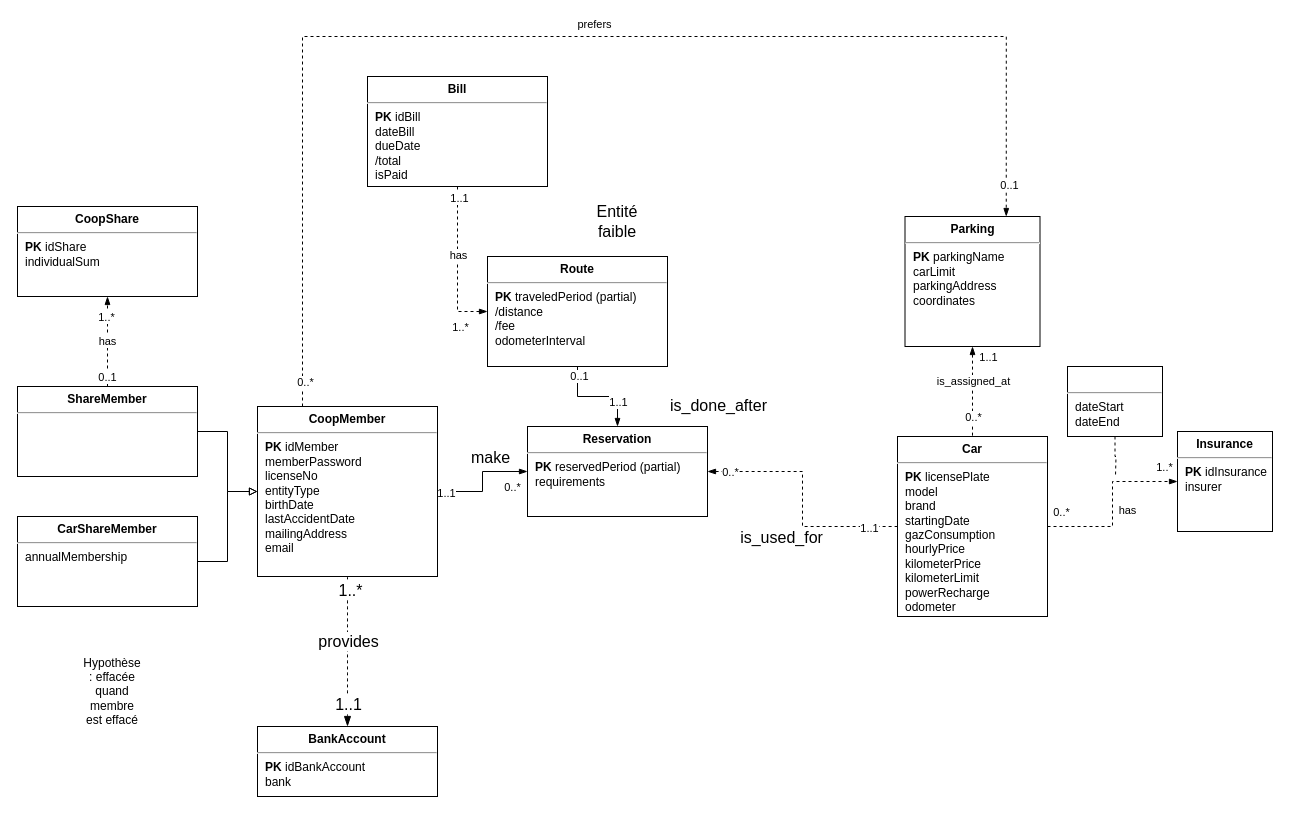
Above: page "Juliette" (2 of 2) of TP4.drawio in lyg2/Reservation-SQL (draw.io), before the change. Source tidied: cells renumbered, new cells numbered last; positions are measured from the earlier drawing's top-left corner, leaving out a move shared by most shapes. Both pictures are drawn from the tidied source at 100%, with x=0, y=0 at pixel (17, 36).
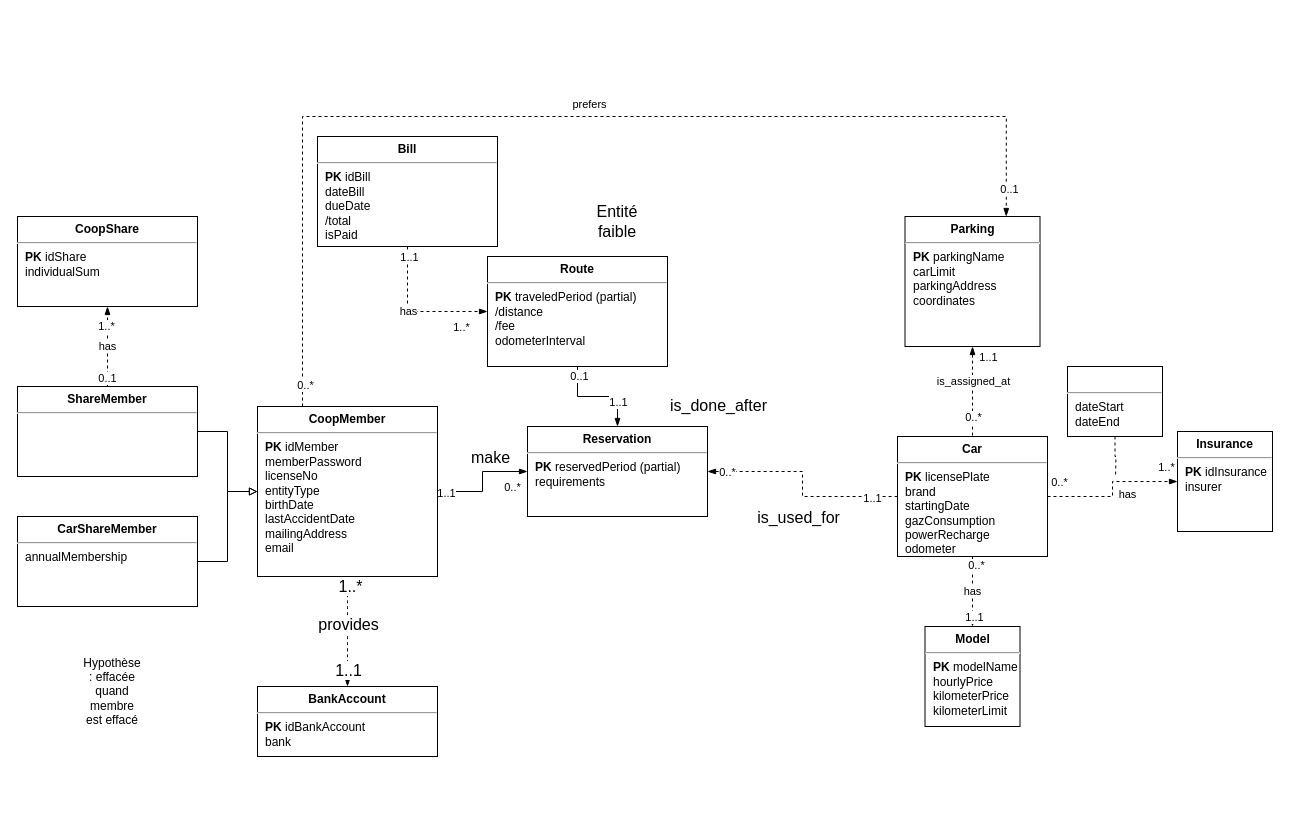
The same diagram, later.

Unchanged cells that the change refers to:
```xml
<mxCell id="11" value="&lt;p style=&quot;margin:0px;margin-top:6px;text-align:center;&quot;&gt;&lt;b&gt;Parking&lt;/b&gt;&lt;/p&gt;&lt;hr&gt;&lt;p style=&quot;margin:0px;margin-left:8px;&quot;&gt;&lt;b&gt;PK&lt;/b&gt;&amp;nbsp;parkingName&lt;/p&gt;&lt;p style=&quot;margin:0px;margin-left:8px;&quot;&gt;carLimit&lt;/p&gt;&lt;p style=&quot;margin:0px;margin-left:8px;&quot;&gt;parkingAddress&lt;/p&gt;&lt;p style=&quot;margin:0px;margin-left:8px;&quot;&gt;coordinates&lt;/p&gt;" style="align=left;overflow=fill;html=1;" parent="1" vertex="1">
  <mxGeometry x="887.5" y="180" width="135" height="130" as="geometry" />
</mxCell>
<mxCell id="17" style="edgeStyle=orthogonalEdgeStyle;rounded=0;jettySize=auto;html=1;exitX=1;exitY=0.5;exitDx=0;exitDy=0;entryX=0;entryY=0.5;entryDx=0;entryDy=0;endArrow=none;endFill=0;dashed=1;startArrow=blockThin;startFill=1;" parent="1" edge="1" source="51" target="5">
  <mxGeometry relative="1" as="geometry" />
</mxCell>
<mxCell id="44" value="&lt;p style=&quot;margin:0px;margin-top:6px;text-align:center;&quot;&gt;&lt;b&gt;CoopMember&lt;/b&gt;&lt;/p&gt;&lt;hr&gt;&lt;p style=&quot;margin:0px;margin-left:8px;&quot;&gt;&lt;b&gt;PK &lt;/b&gt;idMember&lt;/p&gt;&lt;p style=&quot;margin:0px;margin-left:8px;&quot;&gt;memberPassword&lt;/p&gt;&lt;p style=&quot;margin:0px;margin-left:8px;&quot;&gt;licenseNo&lt;/p&gt;&lt;p style=&quot;margin:0px;margin-left:8px;&quot;&gt;entityType&lt;/p&gt;&lt;p style=&quot;margin:0px;margin-left:8px;&quot;&gt;birthDate&lt;br&gt;&lt;/p&gt;&lt;p style=&quot;margin:0px;margin-left:8px;&quot;&gt;lastAccidentDate&lt;br&gt;&lt;/p&gt;&lt;p style=&quot;margin:0px;margin-left:8px;&quot;&gt;mailingAddress&lt;/p&gt;&lt;p style=&quot;margin:0px;margin-left:8px;&quot;&gt;email&lt;/p&gt;&lt;p style=&quot;margin:0px;margin-left:8px;&quot;&gt;&lt;br&gt;&lt;/p&gt;" style="align=left;overflow=fill;html=1;" parent="1" vertex="1">
  <mxGeometry x="240" y="370" width="180" height="170" as="geometry" />
</mxCell>
```

What changed in the source:
```diff
@@
+    <mxCell id="53" value="has" style="edgeStyle=orthogonalEdgeStyle;rounded=0;jettySize=auto;html=1;entryX=0.5;entryY=0;entryDx=0;entryDy=0;endArrow=blockThin;endFill=1;dashed=1;startArrow=none;startFill=0;" parent="1" edge="1" source="5" target="56">
+      <mxGeometry relative="1" as="geometry" />
+    </mxCell>
+    <mxCell id="54" value="0..*" style="edgeLabel;html=1;align=center;verticalAlign=middle;" parent="53" vertex="1">
+      <mxGeometry x="-0.77" y="3" relative="1" as="geometry" />
+    </mxCell>
+    <mxCell id="55" value="1..1" style="edgeLabel;html=1;align=center;verticalAlign=middle;" parent="53" vertex="1">
+      <mxGeometry x="0.72" y="1" relative="1" as="geometry" />
+    </mxCell>
-    <mxCell id="5" value="&lt;p style=&quot;margin:0px;margin-top:6px;text-align:center;&quot;&gt;&lt;b&gt;Car&lt;/b&gt;&lt;/p&gt;&lt;hr&gt;&lt;p style=&quot;margin:0px;margin-left:8px;&quot;&gt;&lt;b&gt;PK&lt;/b&gt; licensePlate&lt;/p&gt;&lt;p style=&quot;border-color: var(--border-color); margin: 0px 0px 0px 8px;&quot;&gt;&lt;span style=&quot;background-color: initial;&quot;&gt;model&lt;br&gt;brand&lt;/span&gt;&lt;br&gt;&lt;/p&gt;&lt;p style=&quot;margin:0px;margin-left:8px;&quot;&gt;startingDate&lt;/p&gt;&lt;p style=&quot;margin:0px;margin-left:8px;&quot;&gt;gazConsumption&lt;/p&gt;&lt;p style=&quot;margin:0px;margin-left:8px;&quot;&gt;hourlyPrice&lt;/p&gt;&lt;p style=&quot;margin:0px;margin-left:8px;&quot;&gt;kilometerPrice&lt;/p&gt;&lt;p style=&quot;margin:0px;margin-left:8px;&quot;&gt;kilometerLimit&lt;/p&gt;&lt;p style=&quot;margin:0px;margin-left:8px;&quot;&gt;powerRecharge&lt;br&gt;&lt;/p&gt;&lt;p style=&quot;margin:0px;margin-left:8px;&quot;&gt;odometer&lt;/p&gt;&lt;p style=&quot;margin:0px;margin-left:8px;&quot;&gt;&lt;br&gt;&lt;/p&gt;" style="align=left;overflow=fill;html=1;" parent="1" vertex="1">
-      <mxGeometry x="880" y="400" width="150" height="180" as="geometry" />
+    <mxCell id="5" value="&lt;p style=&quot;margin:0px;margin-top:6px;text-align:center;&quot;&gt;&lt;b&gt;Car&lt;/b&gt;&lt;/p&gt;&lt;hr&gt;&lt;p style=&quot;margin:0px;margin-left:8px;&quot;&gt;&lt;b&gt;PK&lt;/b&gt; licensePlate&lt;/p&gt;&lt;p style=&quot;border-color: var(--border-color); margin: 0px 0px 0px 8px;&quot;&gt;&lt;span style=&quot;background-color: initial;&quot;&gt;brand&lt;/span&gt;&lt;br&gt;&lt;/p&gt;&lt;p style=&quot;margin:0px;margin-left:8px;&quot;&gt;startingDate&lt;/p&gt;&lt;p style=&quot;margin:0px;margin-left:8px;&quot;&gt;gazConsumption&lt;/p&gt;&lt;p style=&quot;margin:0px;margin-left:8px;&quot;&gt;powerRecharge&lt;br&gt;&lt;/p&gt;&lt;p style=&quot;margin:0px;margin-left:8px;&quot;&gt;odometer&lt;/p&gt;&lt;p style=&quot;margin:0px;margin-left:8px;&quot;&gt;&lt;br&gt;&lt;/p&gt;" style="align=left;overflow=fill;html=1;" parent="1" vertex="1">
+      <mxGeometry x="880" y="400" width="150" height="120" as="geometry" />
     </mxCell>
@@
     <mxCell id="18" value="is_used_for" style="edgeLabel;html=1;align=center;verticalAlign=middle;fontSize=16;" parent="17" vertex="1">
       <mxGeometry x="-0.3" relative="1" as="geometry">
-        <mxPoint x="-13" y="65" as="offset" />
+        <mxPoint x="15" y="45" as="offset" />
       </mxGeometry>
     </mxCell>
@@
     <mxCell id="25" value="&lt;p style=&quot;margin:0px;margin-top:6px;text-align:center;&quot;&gt;&lt;b&gt;Bill&lt;/b&gt;&lt;/p&gt;&lt;hr&gt;&lt;p style=&quot;margin:0px;margin-left:8px;&quot;&gt;&lt;b&gt;PK&lt;/b&gt; idBill&lt;/p&gt;&lt;p style=&quot;margin:0px;margin-left:8px;&quot;&gt;dateBill&lt;/p&gt;&lt;p style=&quot;margin:0px;margin-left:8px;&quot;&gt;dueDate&lt;/p&gt;&lt;p style=&quot;margin:0px;margin-left:8px;&quot;&gt;/total&lt;/p&gt;&lt;p style=&quot;margin:0px;margin-left:8px;&quot;&gt;isPaid&lt;/p&gt;" style="align=left;overflow=fill;html=1;" parent="1" vertex="1">
-      <mxGeometry x="350" y="40" width="180" height="110" as="geometry" />
+      <mxGeometry x="300" y="100" width="180" height="110" as="geometry" />
     </mxCell>
@@
     <mxCell id="35" value="&lt;p style=&quot;margin:0px;margin-top:6px;text-align:center;&quot;&gt;&lt;b&gt;CoopShare&lt;/b&gt;&lt;/p&gt;&lt;hr&gt;&lt;p style=&quot;margin:0px;margin-left:8px;&quot;&gt;&lt;b&gt;PK &lt;/b&gt;idShare&lt;/p&gt;&lt;p style=&quot;margin:0px;margin-left:8px;&quot;&gt;individualSum&lt;/p&gt;&lt;p style=&quot;margin:0px;margin-left:8px;&quot;&gt;&lt;br&gt;&lt;/p&gt;" style="align=left;overflow=fill;html=1;" parent="1" vertex="1">
-      <mxGeometry y="170" width="180" height="90" as="geometry" />
+      <mxGeometry y="180" width="180" height="90" as="geometry" />
     </mxCell>
@@
     <mxCell id="45" value="&lt;p style=&quot;margin:0px;margin-top:6px;text-align:center;&quot;&gt;&lt;b&gt;BankAccount&lt;/b&gt;&lt;/p&gt;&lt;hr&gt;&lt;p style=&quot;margin:0px;margin-left:8px;&quot;&gt;&lt;b&gt;PK&lt;/b&gt; idBankAccount&lt;/p&gt;&lt;p style=&quot;margin:0px;margin-left:8px;&quot;&gt;bank&lt;/p&gt;" style="align=left;overflow=fill;html=1;" parent="1" vertex="1">
-      <mxGeometry x="240" y="690" width="180" height="70" as="geometry" />
+      <mxGeometry x="240" y="650" width="180" height="70" as="geometry" />
     </mxCell>
     <mxCell id="46" style="edgeStyle=orthogonalEdgeStyle;rounded=0;jettySize=auto;html=1;entryX=0.75;entryY=0;entryDx=0;entryDy=0;exitX=0.25;exitY=0;exitDx=0;exitDy=0;endArrow=blockThin;dashed=1;endFill=1;" parent="1" edge="1" source="44" target="11">
       <mxGeometry relative="1" as="geometry">
         <Array as="points">
-          <mxPoint x="285" />
-          <mxPoint x="989" />
+          <mxPoint x="285" y="80" />
+          <mxPoint x="989" y="80" />
         </Array>
       </mxGeometry>
     </mxCell>
@@
+    <mxCell id="56" value="&lt;p style=&quot;margin:0px;margin-top:6px;text-align:center;&quot;&gt;&lt;b&gt;Model&lt;/b&gt;&lt;/p&gt;&lt;hr&gt;&lt;p style=&quot;margin:0px;margin-left:8px;&quot;&gt;&lt;b&gt;PK&lt;/b&gt; modelName&lt;/p&gt;&lt;p style=&quot;margin:0px;margin-left:8px;&quot;&gt;hourlyPrice&lt;/p&gt;&lt;p style=&quot;margin:0px;margin-left:8px;&quot;&gt;kilometerPrice&lt;/p&gt;&lt;p style=&quot;margin:0px;margin-left:8px;&quot;&gt;kilometerLimit&lt;/p&gt;" style="align=left;overflow=fill;html=1;" parent="1" vertex="1">
+      <mxGeometry x="907.5" y="590" width="95" height="100" as="geometry" />
+    </mxCell>
```
